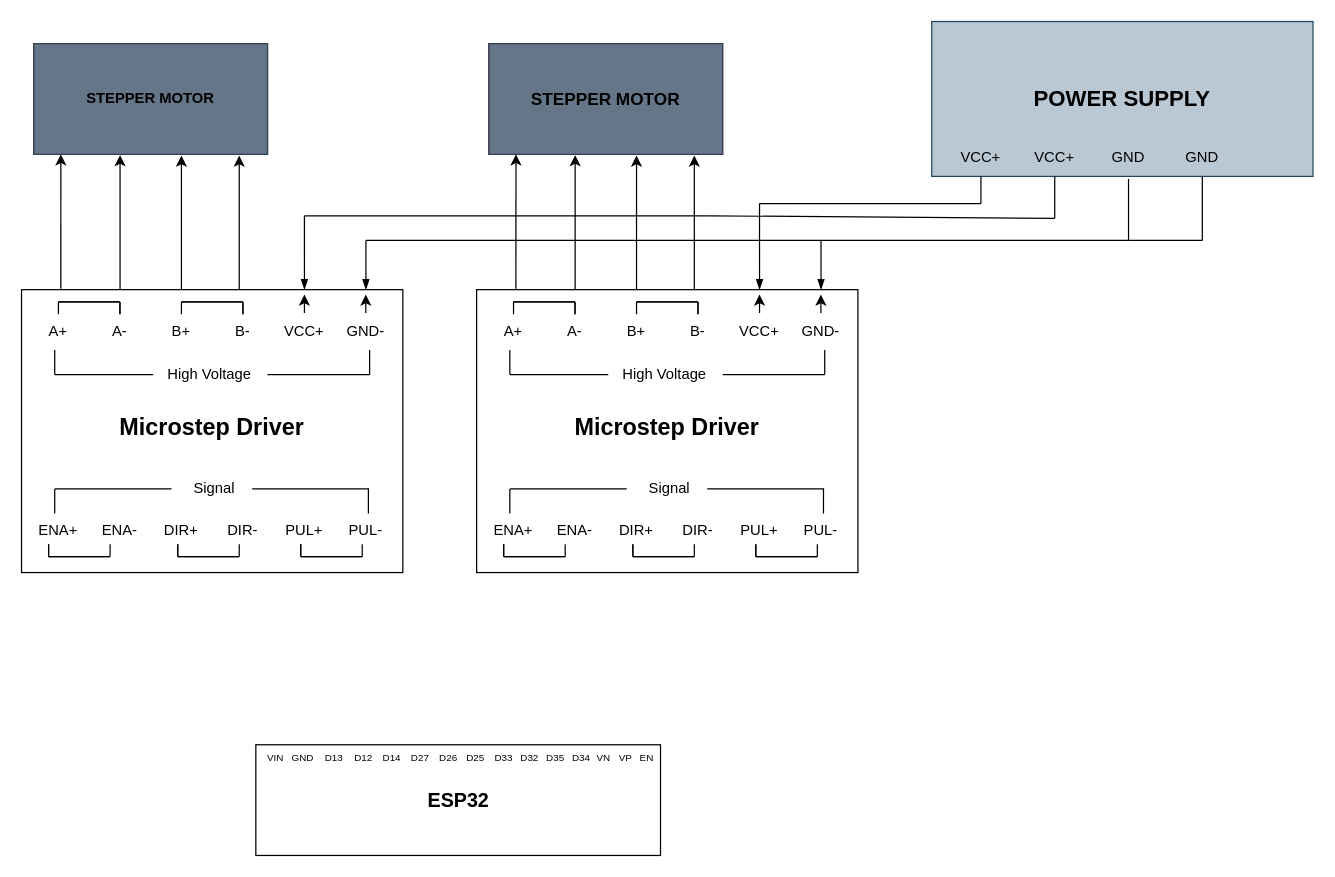
This is Stepper-Driver-Esp32 Circuit Diagram.drawio from DattBhatt/Draw.io, a draw.io file, before an edit. Source tidied: cells renumbered, new cells numbered last; positions are measured from the earlier drawing's top-left corner, leaving out a move shared by most shapes. Both pictures are drawn from the tidied source at 123%, with x=0, y=0 at pixel (21, 21).
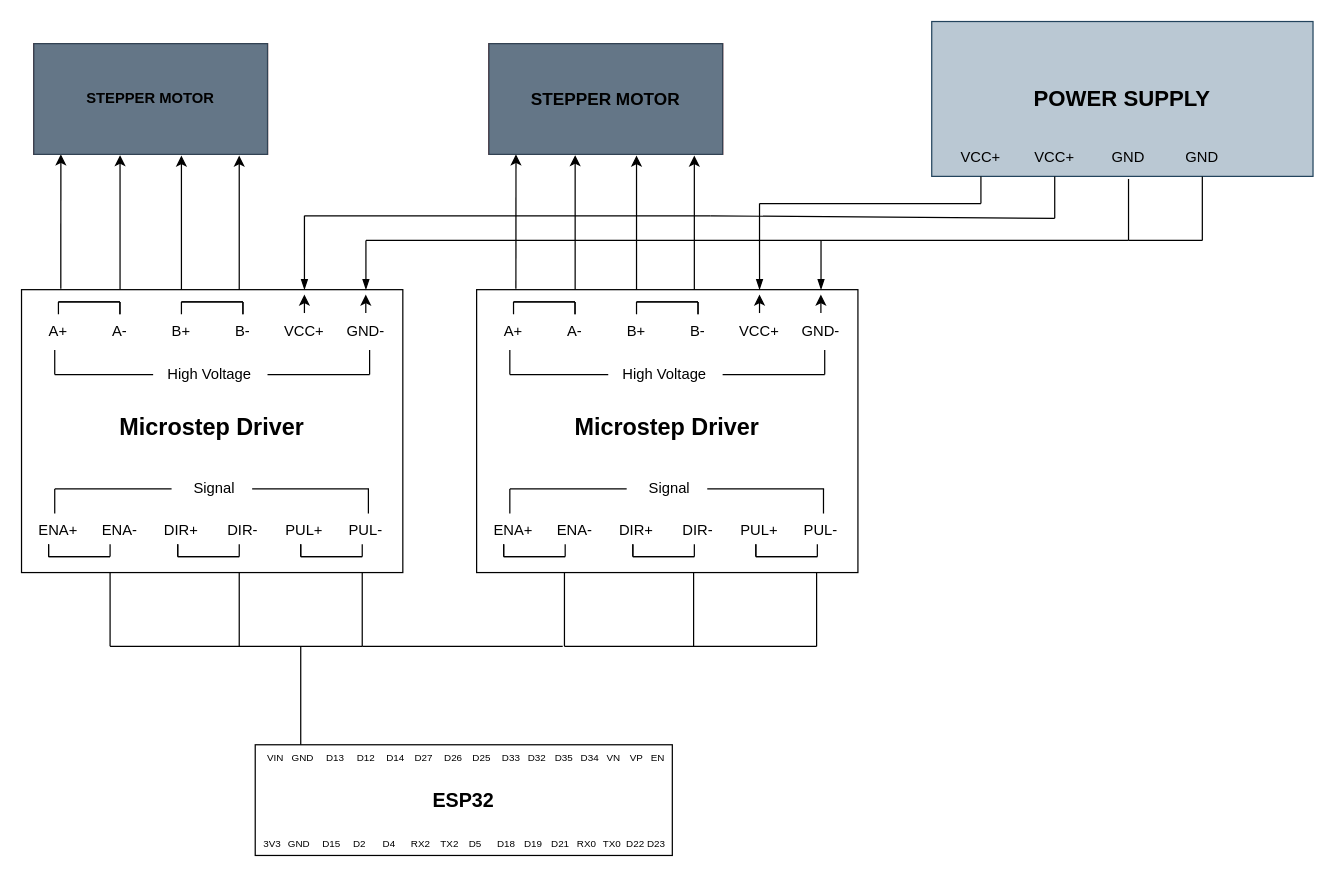
Above is the later version.

The edit, as a diff of the source:
```diff
@@
-    <mxCell id="71" value="&lt;b&gt;&lt;font style=&quot;font-size: 16px;&quot;&gt;ESP32&lt;/font&gt;&lt;/b&gt;" style="rounded=0;whiteSpace=wrap;html=1;" parent="1" vertex="1">
-      <mxGeometry x="190.5" y="588" width="329" height="90" as="geometry" />
-    </mxCell>
@@
+    <mxCell id="177" style="group;" parent="1" vertex="1">
+      <mxGeometry x="190" y="588" width="353" height="90" as="geometry" />
+    </mxCell>
+    <mxCell id="71" value="&lt;b&gt;&lt;font style=&quot;font-size: 16px;&quot;&gt;ESP32&lt;/font&gt;&lt;/b&gt;" style="rounded=0;whiteSpace=wrap;html=1;" parent="177" vertex="1">
+      <mxGeometry width="339.1" height="90" as="geometry" />
+    </mxCell>
-    <mxCell id="162" value="&lt;font style=&quot;font-size: 8px;&quot;&gt;VIN&lt;/font&gt;" style="text;html=1;align=left;verticalAlign=middle;strokeColor=none;fillColor=none;rounded=0;imageAlign=center;imageWidth=24;spacing=0;" parent="1" vertex="1">
-      <mxGeometry x="200" y="588" width="30" height="20" as="geometry" />
+    <mxCell id="162" value="&lt;font style=&quot;font-size: 8px;&quot;&gt;VIN&lt;/font&gt;" style="text;html=1;align=left;verticalAlign=middle;strokeColor=none;fillColor=none;rounded=0;imageAlign=center;imageWidth=24;spacing=0;" parent="177" vertex="1">
+      <mxGeometry x="9.8" width="30" height="20" as="geometry" />
     </mxCell>
-    <mxCell id="163" value="&lt;font style=&quot;font-size: 8px;&quot;&gt;GND&lt;/font&gt;" style="text;html=1;align=left;verticalAlign=middle;strokeColor=none;fillColor=none;rounded=0;imageAlign=center;imageWidth=24;spacing=0;" parent="1" vertex="1">
-      <mxGeometry x="220" y="588" width="40" height="20" as="geometry" />
+    <mxCell id="163" value="&lt;font style=&quot;font-size: 8px;&quot;&gt;GND&lt;/font&gt;" style="text;html=1;align=left;verticalAlign=middle;strokeColor=none;fillColor=none;rounded=0;imageAlign=center;imageWidth=24;spacing=0;" parent="177" vertex="1">
+      <mxGeometry x="30.4" width="40" height="20" as="geometry" />
     </mxCell>
-    <mxCell id="164" value="&lt;font style=&quot;font-size: 8px;&quot;&gt;D13&lt;/font&gt;" style="text;html=1;align=left;verticalAlign=middle;strokeColor=none;fillColor=none;rounded=0;imageAlign=center;imageWidth=24;flipH=0;spacing=0;" parent="1" vertex="1">
-      <mxGeometry x="247" y="588" width="30" height="20" as="geometry" />
+    <mxCell id="164" value="&lt;font style=&quot;font-size: 8px;&quot;&gt;D13&lt;/font&gt;" style="text;html=1;align=left;verticalAlign=middle;strokeColor=none;fillColor=none;rounded=0;imageAlign=center;imageWidth=24;flipH=0;spacing=0;" parent="177" vertex="1">
+      <mxGeometry x="58.2" width="30" height="20" as="geometry" />
     </mxCell>
-    <mxCell id="165" value="&lt;font style=&quot;font-size: 8px;&quot;&gt;D12&lt;/font&gt;" style="text;html=1;align=left;verticalAlign=middle;strokeColor=none;fillColor=none;rounded=0;imageAlign=center;imageWidth=24;spacing=0;" parent="1" vertex="1">
-      <mxGeometry x="271" y="588" width="30" height="20" as="geometry" />
+    <mxCell id="165" value="&lt;font style=&quot;font-size: 8px;&quot;&gt;D12&lt;/font&gt;" style="text;html=1;align=left;verticalAlign=middle;strokeColor=none;fillColor=none;rounded=0;imageAlign=center;imageWidth=24;spacing=0;" parent="177" vertex="1">
+      <mxGeometry x="83" width="30" height="20" as="geometry" />
     </mxCell>
-    <mxCell id="166" value="&lt;font style=&quot;font-size: 8px;&quot;&gt;D27&lt;/font&gt;" style="text;html=1;align=left;verticalAlign=middle;strokeColor=none;fillColor=none;rounded=0;imageAlign=center;imageWidth=24;spacing=0;" parent="1" vertex="1">
-      <mxGeometry x="317" y="588" width="30" height="20" as="geometry" />
+    <mxCell id="166" value="&lt;font style=&quot;font-size: 8px;&quot;&gt;D27&lt;/font&gt;" style="text;html=1;align=left;verticalAlign=middle;strokeColor=none;fillColor=none;rounded=0;imageAlign=center;imageWidth=24;spacing=0;" parent="177" vertex="1">
+      <mxGeometry x="130.4" width="30" height="20" as="geometry" />
     </mxCell>
-    <mxCell id="167" value="&lt;font style=&quot;font-size: 8px;&quot;&gt;D14&lt;/font&gt;" style="text;html=1;align=left;verticalAlign=middle;strokeColor=none;fillColor=none;rounded=0;imageAlign=center;imageWidth=24;flipH=0;spacing=0;" parent="1" vertex="1">
-      <mxGeometry x="294" y="588" width="30" height="20" as="geometry" />
+    <mxCell id="167" value="&lt;font style=&quot;font-size: 8px;&quot;&gt;D14&lt;/font&gt;" style="text;html=1;align=left;verticalAlign=middle;strokeColor=none;fillColor=none;rounded=0;imageAlign=center;imageWidth=24;flipH=0;spacing=0;" parent="177" vertex="1">
+      <mxGeometry x="106.7" width="30" height="20" as="geometry" />
     </mxCell>
-    <mxCell id="168" value="&lt;font style=&quot;font-size: 8px;&quot;&gt;D26&lt;/font&gt;" style="text;html=1;align=left;verticalAlign=middle;strokeColor=none;fillColor=none;rounded=0;imageAlign=center;imageWidth=24;spacing=0;" parent="1" vertex="1">
-      <mxGeometry x="340" y="588" width="30" height="20" as="geometry" />
+    <mxCell id="168" value="&lt;font style=&quot;font-size: 8px;&quot;&gt;D26&lt;/font&gt;" style="text;html=1;align=left;verticalAlign=middle;strokeColor=none;fillColor=none;rounded=0;imageAlign=center;imageWidth=24;spacing=0;" parent="177" vertex="1">
+      <mxGeometry x="154.1" width="30" height="20" as="geometry" />
     </mxCell>
-    <mxCell id="169" value="&lt;font style=&quot;font-size: 8px;&quot;&gt;D25&lt;/font&gt;" style="text;html=1;align=left;verticalAlign=middle;strokeColor=none;fillColor=none;rounded=0;imageAlign=center;imageWidth=24;spacing=0;" parent="1" vertex="1">
-      <mxGeometry x="362" y="588" width="30" height="20" as="geometry" />
+    <mxCell id="169" value="&lt;font style=&quot;font-size: 8px;&quot;&gt;D25&lt;/font&gt;" style="text;html=1;align=left;verticalAlign=middle;strokeColor=none;fillColor=none;rounded=0;imageAlign=center;imageWidth=24;spacing=0;" parent="177" vertex="1">
+      <mxGeometry x="176.8" width="30" height="20" as="geometry" />
     </mxCell>
-    <mxCell id="170" value="&lt;font style=&quot;font-size: 8px;&quot;&gt;D33&lt;/font&gt;" style="text;html=1;align=left;verticalAlign=middle;strokeColor=none;fillColor=none;rounded=0;imageAlign=center;imageWidth=24;spacing=0;" parent="1" vertex="1">
-      <mxGeometry x="385" y="588" width="30" height="20" as="geometry" />
+    <mxCell id="170" value="&lt;font style=&quot;font-size: 8px;&quot;&gt;D33&lt;/font&gt;" style="text;html=1;align=left;verticalAlign=middle;strokeColor=none;fillColor=none;rounded=0;imageAlign=center;imageWidth=24;spacing=0;" parent="177" vertex="1">
+      <mxGeometry x="200.5" width="30" height="20" as="geometry" />
     </mxCell>
-    <mxCell id="171" value="&lt;font style=&quot;font-size: 8px;&quot;&gt;D32&lt;/font&gt;" style="text;html=1;align=left;verticalAlign=middle;strokeColor=none;fillColor=none;rounded=0;imageAlign=center;imageWidth=24;spacing=0;" parent="1" vertex="1">
-      <mxGeometry x="406" y="588" width="30" height="20" as="geometry" />
+    <mxCell id="171" value="&lt;font style=&quot;font-size: 8px;&quot;&gt;D32&lt;/font&gt;" style="text;html=1;align=left;verticalAlign=middle;strokeColor=none;fillColor=none;rounded=0;imageAlign=center;imageWidth=24;spacing=0;" parent="177" vertex="1">
+      <mxGeometry x="222.1" width="30" height="20" as="geometry" />
     </mxCell>
-    <mxCell id="172" value="&lt;font style=&quot;font-size: 8px;&quot;&gt;D35&lt;/font&gt;" style="text;html=1;align=left;verticalAlign=middle;strokeColor=none;fillColor=none;rounded=0;imageAlign=center;imageWidth=24;spacing=0;" parent="1" vertex="1">
-      <mxGeometry x="427" y="588" width="30" height="20" as="geometry" />
+    <mxCell id="172" value="&lt;font style=&quot;font-size: 8px;&quot;&gt;D35&lt;/font&gt;" style="text;html=1;align=left;verticalAlign=middle;strokeColor=none;fillColor=none;rounded=0;imageAlign=center;imageWidth=24;spacing=0;" parent="177" vertex="1">
+      <mxGeometry x="243.8" width="30" height="20" as="geometry" />
     </mxCell>
-    <mxCell id="173" value="&lt;font style=&quot;font-size: 8px;&quot;&gt;D34&lt;/font&gt;" style="text;html=1;align=left;verticalAlign=middle;strokeColor=none;fillColor=none;rounded=0;imageAlign=center;imageWidth=24;spacing=0;" parent="1" vertex="1">
-      <mxGeometry x="448" y="588" width="30" height="20" as="geometry" />
+    <mxCell id="173" value="&lt;font style=&quot;font-size: 8px;&quot;&gt;D34&lt;/font&gt;" style="text;html=1;align=left;verticalAlign=middle;strokeColor=none;fillColor=none;rounded=0;imageAlign=center;imageWidth=24;spacing=0;" parent="177" vertex="1">
+      <mxGeometry x="265.4" width="30" height="20" as="geometry" />
     </mxCell>
-    <mxCell id="174" value="&lt;font style=&quot;font-size: 8px;&quot;&gt;VN&lt;/font&gt;" style="text;html=1;align=left;verticalAlign=middle;strokeColor=none;fillColor=none;rounded=0;imageAlign=center;imageWidth=24;spacing=0;" parent="1" vertex="1">
-      <mxGeometry x="468" y="588" width="30" height="20" as="geometry" />
+    <mxCell id="174" value="&lt;font style=&quot;font-size: 8px;&quot;&gt;VN&lt;/font&gt;" style="text;html=1;align=left;verticalAlign=middle;strokeColor=none;fillColor=none;rounded=0;imageAlign=center;imageWidth=24;spacing=0;" parent="177" vertex="1">
+      <mxGeometry x="286" width="30" height="20" as="geometry" />
     </mxCell>
-    <mxCell id="175" value="&lt;font style=&quot;font-size: 8px;&quot;&gt;VP&lt;/font&gt;" style="text;html=1;align=left;verticalAlign=middle;strokeColor=none;fillColor=none;rounded=0;imageAlign=center;imageWidth=24;spacing=0;" parent="1" vertex="1">
-      <mxGeometry x="486" y="588" width="30" height="20" as="geometry" />
+    <mxCell id="175" value="&lt;font style=&quot;font-size: 8px;&quot;&gt;VP&lt;/font&gt;" style="text;html=1;align=left;verticalAlign=middle;strokeColor=none;fillColor=none;rounded=0;imageAlign=center;imageWidth=24;spacing=0;" parent="177" vertex="1">
+      <mxGeometry x="304.6" width="30" height="20" as="geometry" />
     </mxCell>
-    <mxCell id="176" value="&lt;font style=&quot;font-size: 8px;&quot;&gt;EN&lt;/font&gt;" style="text;html=1;align=left;verticalAlign=middle;strokeColor=none;fillColor=none;rounded=0;imageAlign=center;imageWidth=24;spacing=0;" parent="1" vertex="1">
-      <mxGeometry x="503" y="588" width="30" height="20" as="geometry" />
+    <mxCell id="176" value="&lt;font style=&quot;font-size: 8px;&quot;&gt;EN&lt;/font&gt;" style="text;html=1;align=left;verticalAlign=middle;strokeColor=none;fillColor=none;rounded=0;imageAlign=center;imageWidth=24;spacing=0;" parent="177" vertex="1">
+      <mxGeometry x="322.1" width="30" height="20" as="geometry" />
     </mxCell>
+    <mxCell id="178" value="&lt;font style=&quot;font-size: 8px;&quot;&gt;3V3&lt;/font&gt;" style="text;html=1;align=left;verticalAlign=middle;strokeColor=none;fillColor=none;rounded=0;imageAlign=center;imageWidth=24;spacing=0;" parent="177" vertex="1">
+      <mxGeometry x="6.7" y="70" width="30" height="20" as="geometry" />
+    </mxCell>
+    <mxCell id="179" value="&lt;font style=&quot;font-size: 8px;&quot;&gt;D15&lt;/font&gt;" style="text;html=1;align=left;verticalAlign=middle;strokeColor=none;fillColor=none;rounded=0;imageAlign=center;imageWidth=24;flipH=0;spacing=0;" parent="177" vertex="1">
+      <mxGeometry x="55.1" y="70" width="30" height="20" as="geometry" />
+    </mxCell>
+    <mxCell id="180" value="&lt;font style=&quot;font-size: 8px;&quot;&gt;GND&lt;/font&gt;" style="text;html=1;align=left;verticalAlign=middle;strokeColor=none;fillColor=none;rounded=0;imageAlign=center;imageWidth=24;spacing=0;" parent="177" vertex="1">
+      <mxGeometry x="27.3" y="70" width="40" height="20" as="geometry" />
+    </mxCell>
+    <mxCell id="181" value="&lt;font style=&quot;font-size: 8px;&quot;&gt;D2&lt;/font&gt;" style="text;html=1;align=left;verticalAlign=middle;strokeColor=none;fillColor=none;rounded=0;imageAlign=center;imageWidth=24;spacing=0;" parent="177" vertex="1">
+      <mxGeometry x="79.9" y="70" width="30" height="20" as="geometry" />
+    </mxCell>
+    <mxCell id="182" value="&lt;font style=&quot;font-size: 8px;&quot;&gt;D4&lt;/font&gt;" style="text;html=1;align=left;verticalAlign=middle;strokeColor=none;fillColor=none;rounded=0;imageAlign=center;imageWidth=24;flipH=0;spacing=0;" parent="177" vertex="1">
+      <mxGeometry x="103.6" y="70" width="30" height="20" as="geometry" />
+    </mxCell>
+    <mxCell id="183" value="&lt;font style=&quot;font-size: 8px;&quot;&gt;TX2&lt;/font&gt;" style="text;html=1;align=left;verticalAlign=middle;strokeColor=none;fillColor=none;rounded=0;imageAlign=center;imageWidth=24;spacing=0;" parent="177" vertex="1">
+      <mxGeometry x="151" y="70" width="30" height="20" as="geometry" />
+    </mxCell>
+    <mxCell id="184" value="&lt;span style=&quot;font-size: 8px;&quot;&gt;RX2&lt;/span&gt;" style="text;html=1;align=left;verticalAlign=middle;strokeColor=none;fillColor=none;rounded=0;imageAlign=center;imageWidth=24;spacing=0;" parent="177" vertex="1">
+      <mxGeometry x="127.3" y="70" width="40" height="20" as="geometry" />
+    </mxCell>
+    <mxCell id="185" value="&lt;font style=&quot;font-size: 8px;&quot;&gt;D5&lt;/font&gt;" style="text;html=1;align=left;verticalAlign=middle;strokeColor=none;fillColor=none;rounded=0;imageAlign=center;imageWidth=24;spacing=0;" parent="177" vertex="1">
+      <mxGeometry x="173.7" y="70" width="30" height="20" as="geometry" />
+    </mxCell>
+    <mxCell id="186" value="&lt;font style=&quot;font-size: 8px;&quot;&gt;D18&lt;/font&gt;" style="text;html=1;align=left;verticalAlign=middle;strokeColor=none;fillColor=none;rounded=0;imageAlign=center;imageWidth=24;spacing=0;" parent="177" vertex="1">
+      <mxGeometry x="197.4" y="70" width="30" height="20" as="geometry" />
+    </mxCell>
+    <mxCell id="187" value="&lt;font style=&quot;font-size: 8px;&quot;&gt;D19&lt;/font&gt;" style="text;html=1;align=left;verticalAlign=middle;strokeColor=none;fillColor=none;rounded=0;imageAlign=center;imageWidth=24;spacing=0;" parent="177" vertex="1">
+      <mxGeometry x="219" y="70" width="30" height="20" as="geometry" />
+    </mxCell>
+    <mxCell id="188" value="&lt;font style=&quot;font-size: 8px;&quot;&gt;D21&lt;/font&gt;" style="text;html=1;align=left;verticalAlign=middle;strokeColor=none;fillColor=none;rounded=0;imageAlign=center;imageWidth=24;spacing=0;" parent="177" vertex="1">
+      <mxGeometry x="240.7" y="70" width="30" height="20" as="geometry" />
+    </mxCell>
+    <mxCell id="189" value="&lt;font style=&quot;font-size: 8px;&quot;&gt;RX0&lt;/font&gt;" style="text;html=1;align=left;verticalAlign=middle;strokeColor=none;fillColor=none;rounded=0;imageAlign=center;imageWidth=24;spacing=0;" parent="177" vertex="1">
+      <mxGeometry x="262.3" y="70" width="40" height="20" as="geometry" />
+    </mxCell>
+    <mxCell id="190" value="&lt;font style=&quot;font-size: 8px;&quot;&gt;TX0&lt;/font&gt;" style="text;html=1;align=left;verticalAlign=middle;strokeColor=none;fillColor=none;rounded=0;imageAlign=center;imageWidth=24;spacing=0;" parent="177" vertex="1">
+      <mxGeometry x="282.9" y="70" width="30" height="20" as="geometry" />
+    </mxCell>
+    <mxCell id="191" value="&lt;font style=&quot;font-size: 8px;&quot;&gt;D22&lt;/font&gt;" style="text;html=1;align=left;verticalAlign=middle;strokeColor=none;fillColor=none;rounded=0;imageAlign=center;imageWidth=24;spacing=0;" parent="177" vertex="1">
+      <mxGeometry x="301.5" y="70" width="30" height="20" as="geometry" />
+    </mxCell>
+    <mxCell id="192" value="&lt;font style=&quot;font-size: 8px;&quot;&gt;D23&lt;/font&gt;" style="text;html=1;align=left;verticalAlign=middle;strokeColor=none;fillColor=none;rounded=0;imageAlign=center;imageWidth=24;spacing=0;" parent="177" vertex="1">
+      <mxGeometry x="319" y="70" width="30" height="20" as="geometry" />
+    </mxCell>
+    <mxCell id="193" style="endArrow=none;html=1;rounded=0;strokeColor=light-dark(#000000,#000000);align=center;verticalAlign=middle;fontFamily=Helvetica;fontSize=11;fontColor=default;labelBackgroundColor=default;" parent="1" edge="1">
+      <mxGeometry relative="1" as="geometry">
+        <mxPoint x="72" y="508" as="sourcePoint" />
+        <mxPoint x="72" y="448" as="targetPoint" />
+      </mxGeometry>
+    </mxCell>
+    <mxCell id="194" style="endArrow=none;html=1;rounded=0;strokeColor=light-dark(#000000,#000000);align=center;verticalAlign=middle;fontFamily=Helvetica;fontSize=11;fontColor=default;labelBackgroundColor=default;" parent="1" edge="1">
+      <mxGeometry relative="1" as="geometry">
+        <mxPoint x="177" y="508" as="sourcePoint" />
+        <mxPoint x="177" y="448" as="targetPoint" />
+      </mxGeometry>
+    </mxCell>
+    <mxCell id="195" style="endArrow=none;html=1;rounded=0;strokeColor=light-dark(#000000,#000000);align=center;verticalAlign=middle;fontFamily=Helvetica;fontSize=11;fontColor=default;labelBackgroundColor=default;" parent="1" edge="1">
+      <mxGeometry relative="1" as="geometry">
+        <mxPoint x="277" y="508" as="sourcePoint" />
+        <mxPoint x="277" y="448" as="targetPoint" />
+      </mxGeometry>
+    </mxCell>
+    <mxCell id="196" style="endArrow=none;html=1;rounded=0;strokeColor=light-dark(#000000,#000000);" parent="1" edge="1">
+      <mxGeometry relative="1" as="geometry">
+        <mxPoint x="277" y="508" as="sourcePoint" />
+        <mxPoint x="72" y="508" as="targetPoint" />
+      </mxGeometry>
+    </mxCell>
+    <mxCell id="197" style="endArrow=none;html=1;rounded=0;strokeColor=light-dark(#000000,#000000);align=center;verticalAlign=middle;fontFamily=Helvetica;fontSize=11;fontColor=default;labelBackgroundColor=default;" parent="1" edge="1">
+      <mxGeometry relative="1" as="geometry">
+        <mxPoint x="227" y="588" as="sourcePoint" />
+        <mxPoint x="227" y="508" as="targetPoint" />
+      </mxGeometry>
+    </mxCell>
+    <mxCell id="198" style="endArrow=none;html=1;rounded=0;strokeColor=light-dark(#000000,#000000);" parent="1" edge="1">
+      <mxGeometry relative="1" as="geometry">
+        <mxPoint x="646.4" y="508" as="sourcePoint" />
+        <mxPoint x="441.4" y="508" as="targetPoint" />
+      </mxGeometry>
+    </mxCell>
+    <mxCell id="199" style="endArrow=none;html=1;rounded=0;strokeColor=light-dark(#000000,#000000);align=center;verticalAlign=middle;fontFamily=Helvetica;fontSize=11;fontColor=default;labelBackgroundColor=default;" parent="1" edge="1">
+      <mxGeometry relative="1" as="geometry">
+        <mxPoint x="546.4" y="508" as="sourcePoint" />
+        <mxPoint x="546.4" y="448" as="targetPoint" />
+      </mxGeometry>
+    </mxCell>
+    <mxCell id="200" style="endArrow=none;html=1;rounded=0;strokeColor=light-dark(#000000,#000000);align=center;verticalAlign=middle;fontFamily=Helvetica;fontSize=11;fontColor=default;labelBackgroundColor=default;" parent="1" edge="1">
+      <mxGeometry relative="1" as="geometry">
+        <mxPoint x="441.4" y="508" as="sourcePoint" />
+        <mxPoint x="441.4" y="448" as="targetPoint" />
+      </mxGeometry>
+    </mxCell>
+    <mxCell id="201" style="endArrow=none;html=1;rounded=0;strokeColor=light-dark(#000000,#000000);align=center;verticalAlign=middle;fontFamily=Helvetica;fontSize=11;fontColor=default;labelBackgroundColor=default;" parent="1" edge="1">
+      <mxGeometry relative="1" as="geometry">
+        <mxPoint x="646.4" y="508" as="sourcePoint" />
+        <mxPoint x="646.4" y="448" as="targetPoint" />
+      </mxGeometry>
+    </mxCell>
+    <mxCell id="202" style="endArrow=none;html=1;rounded=0;strokeColor=light-dark(#000000,#000000);" parent="1" edge="1">
+      <mxGeometry relative="1" as="geometry">
+        <mxPoint x="277" y="508" as="sourcePoint" />
+        <mxPoint x="440" y="508" as="targetPoint" />
+      </mxGeometry>
+    </mxCell>
```
